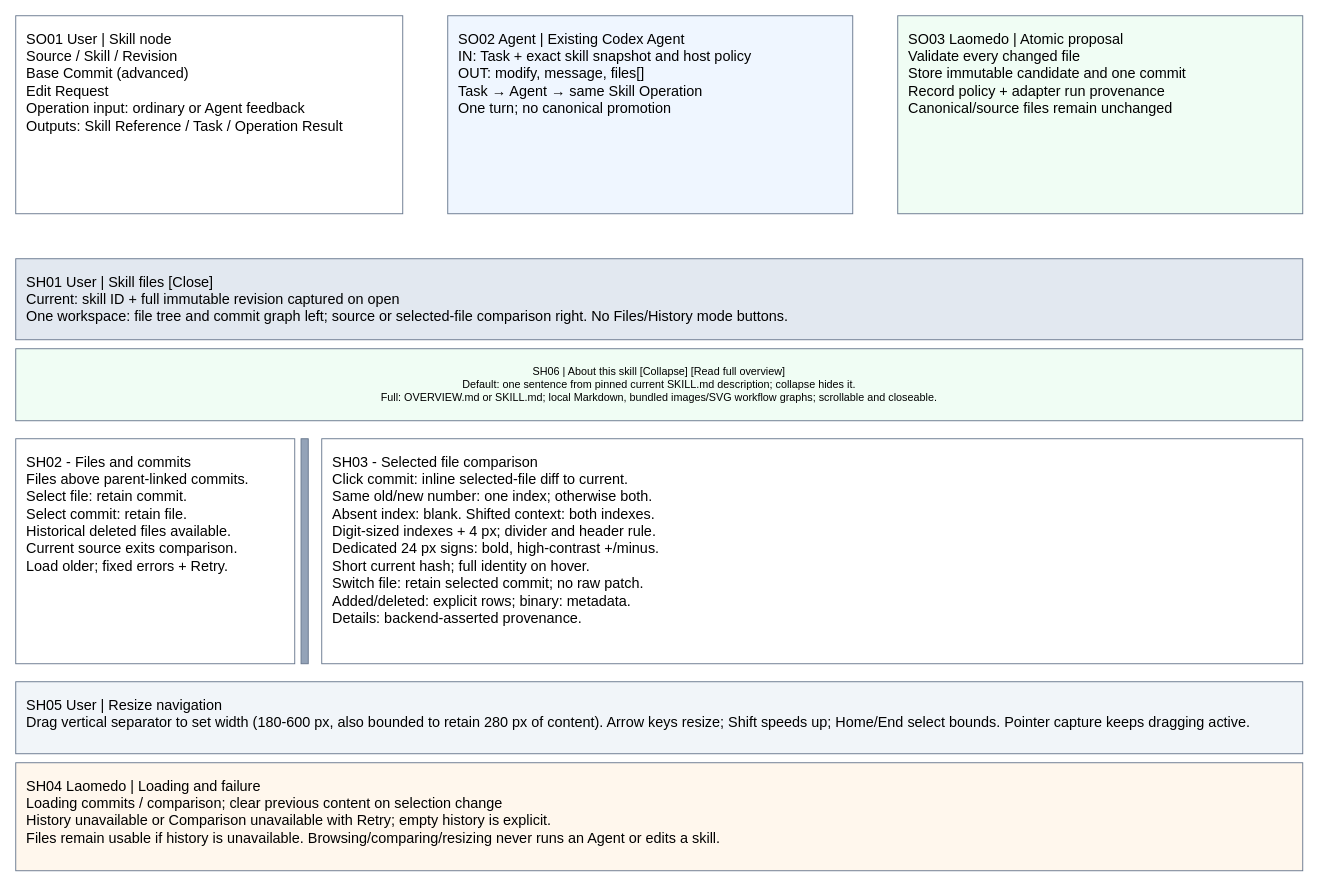
This is page "Skill operations and history" (2 of 2) of projects/laomedo/subsystems/skill-registry/design/skill-files.drawio from amadou-6e/specs, a draw.io file, before an edit. Source tidied: cells renumbered, new cells numbered last; positions are measured from the earlier drawing's top-left corner, leaving out a move shared by most shapes. Both pictures are drawn from the tidied source at 90%, with x=0, y=0 at pixel (15, 15).
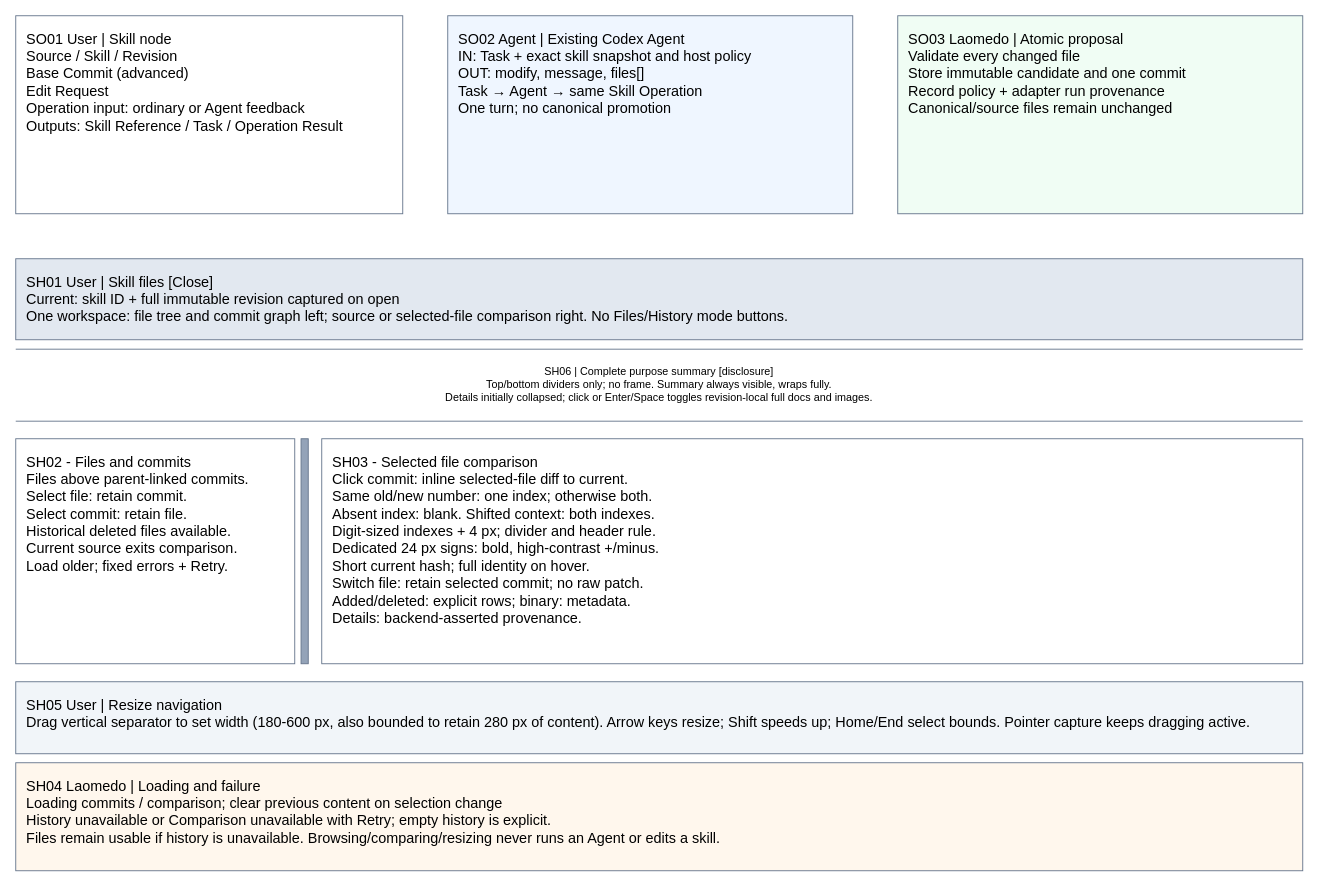
The same page after the edit.

Commit message (it also covers changes not shown here):
Show summary first with collapsed details and define missing-summary authoring

What changed in the source:
```diff
@@
 <mxGraphModel>
   <root>
     <mxCell id="0" />
     <mxCell id="1" parent="0" />
     <mxCell id="2" value="SO01 User | Skill node&#10;Source / Skill / Revision&#10;Base Commit (advanced)&#10;Edit Request&#10;Operation input: ordinary or Agent feedback&#10;Outputs: Skill Reference / Task / Operation Result" style="rounded=0;whiteSpace=wrap;html=0;align=left;verticalAlign=top;spacing=12;fontFamily=Arial;fontSize=16;fillColor=#ffffff;strokeColor=#64748b;" parent="1" vertex="1">
       <mxGeometry width="430" height="220" as="geometry" />
     </mxCell>
     <mxCell id="3" value="SO02 Agent | Existing Codex Agent&#10;IN: Task + exact skill snapshot and host policy&#10;OUT: modify, message, files[]&#10;Task → Agent → same Skill Operation&#10;One turn; no canonical promotion" style="rounded=0;whiteSpace=wrap;html=0;align=left;verticalAlign=top;spacing=12;fontFamily=Arial;fontSize=16;fillColor=#eff6ff;strokeColor=#64748b;" parent="1" vertex="1">
       <mxGeometry x="480" width="450" height="220" as="geometry" />
     </mxCell>
     <mxCell id="4" value="SO03 Laomedo | Atomic proposal&#10;Validate every changed file&#10;Store immutable candidate and one commit&#10;Record policy + adapter run provenance&#10;Canonical/source files remain unchanged" style="rounded=0;whiteSpace=wrap;html=0;align=left;verticalAlign=top;spacing=12;fontFamily=Arial;fontSize=16;fillColor=#f0fdf4;strokeColor=#64748b;" parent="1" vertex="1">
       <mxGeometry x="980" width="450" height="220" as="geometry" />
     </mxCell>
     <mxCell id="5" value="SH01 User | Skill files                                      [Close]&#10;Current: skill ID + full immutable revision captured on open&#10;One workspace: file tree and commit graph left; source or selected-file comparison right. No Files/History mode buttons." style="rounded=0;whiteSpace=wrap;html=0;align=left;verticalAlign=top;spacing=12;fontFamily=Arial;fontSize=16;fillColor=#e2e8f0;strokeColor=#64748b;" parent="1" vertex="1">
       <mxGeometry y="270" width="1430" height="90" as="geometry" />
     </mxCell>
     <mxCell id="6" value="SH02 - Files and commits&#10;Files above parent-linked commits.&#10;Select file: retain commit.&#10;Select commit: retain file.&#10;Historical deleted files available.&#10;Current source exits comparison.&#10;Load older; fixed errors + Retry." style="rounded=0;whiteSpace=wrap;html=0;align=left;verticalAlign=top;spacing=12;fontFamily=Arial;fontSize=16;fillColor=#ffffff;strokeColor=#64748b;" parent="1" vertex="1">
       <mxGeometry y="470" width="310" height="250" as="geometry" />
     </mxCell>
     <mxCell id="7" value="SH03 - Selected file comparison&#10;Click commit: inline selected-file diff to current.&#10;Same old/new number: one index; otherwise both.&#10;Absent index: blank. Shifted context: both indexes.&#10;Digit-sized indexes + 4 px; divider and header rule.&#10;Dedicated 24 px signs: bold, high-contrast +/minus.&#10;Short current hash; full identity on hover.&#10;Switch file: retain selected commit; no raw patch.&#10;Added/deleted: explicit rows; binary: metadata.&#10;Details: backend-asserted provenance." style="rounded=0;whiteSpace=wrap;html=0;align=left;verticalAlign=top;spacing=12;fontFamily=Arial;fontSize=16;fillColor=#ffffff;strokeColor=#64748b;" parent="1" vertex="1">
       <mxGeometry x="340" y="470" width="1090" height="250" as="geometry" />
     </mxCell>
     <mxCell id="8" value="SH04 Laomedo | Loading and failure&#10;Loading commits / comparison; clear previous content on selection change&#10;History unavailable or Comparison unavailable with Retry; empty history is explicit.&#10;Files remain usable if history is unavailable. Browsing/comparing/resizing never runs an Agent or edits a skill." style="rounded=0;whiteSpace=wrap;html=0;align=left;verticalAlign=top;spacing=12;fontFamily=Arial;fontSize=16;fillColor=#fff7ed;strokeColor=#64748b;" parent="1" vertex="1">
       <mxGeometry y="830" width="1430" height="120" as="geometry" />
     </mxCell>
     <mxCell id="9" style="rounded=0;whiteSpace=wrap;html=0;align=left;verticalAlign=top;spacing=12;fontFamily=Arial;fontSize=16;fillColor=#94a3b8;strokeColor=#64748b;" parent="1" vertex="1">
       <mxGeometry x="317" y="470" width="8" height="250" as="geometry" />
     </mxCell>
     <mxCell id="10" value="SH05 User | Resize navigation&#10;Drag vertical separator to set width (180-600 px, also bounded to retain 280 px of content). Arrow keys resize; Shift speeds up; Home/End select bounds. Pointer capture keeps dragging active." style="rounded=0;whiteSpace=wrap;html=0;align=left;verticalAlign=top;spacing=12;fontFamily=Arial;fontSize=16;fillColor=#f1f5f9;strokeColor=#64748b;" parent="1" vertex="1">
       <mxGeometry y="740" width="1430" height="80" as="geometry" />
     </mxCell>
-    <mxCell id="11" value="SH06 | About this skill [Collapse] [Read full overview]&#10;Default: one sentence from pinned current SKILL.md description; collapse hides it.&#10;Full: OVERVIEW.md or SKILL.md; local Markdown, bundled images/SVG workflow graphs; scrollable and closeable." style="rounded=0;whiteSpace=wrap;html=0;fillColor=#f0fdf4;strokeColor=#64748b;" parent="1" vertex="1">
+    <mxCell id="11" value="SH06 | Complete purpose summary [disclosure]&#10;Top/bottom dividers only; no frame. Summary always visible, wraps fully.&#10;Details initially collapsed; click or Enter/Space toggles revision-local full docs and images." style="rounded=0;whiteSpace=wrap;html=0;fillColor=none;strokeColor=none;" parent="1" vertex="1">
       <mxGeometry y="370" width="1430" height="80" as="geometry" />
     </mxCell>
+    <mxCell id="12" style="shape=line;strokeColor=#64748b;" parent="1" vertex="1">
+      <mxGeometry y="370" width="1430" height="1" as="geometry" />
+    </mxCell>
+    <mxCell id="13" style="shape=line;strokeColor=#64748b;" parent="1" vertex="1">
+      <mxGeometry y="450" width="1430" height="1" as="geometry" />
+    </mxCell>
   </root>
 </mxGraphModel>
```
